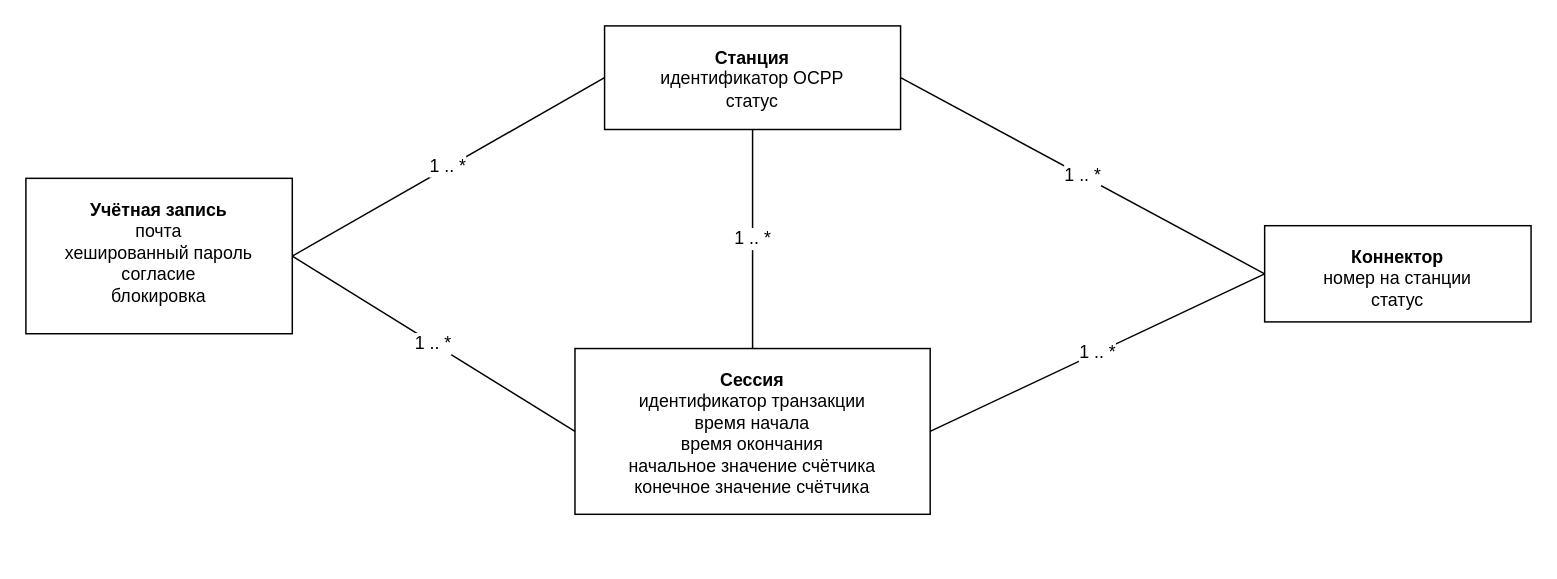
This is Диаграммы/Модель данных (2.7).drawio from PetrachkovArtem/diplom, a draw.io file, before an edit. Source tidied: cells renumbered, new cells numbered last; positions are measured from the earlier drawing's top-left corner, leaving out a move shared by most shapes. Both pictures are drawn from the tidied source at 148%, with x=0, y=0 at pixel (25, 25).
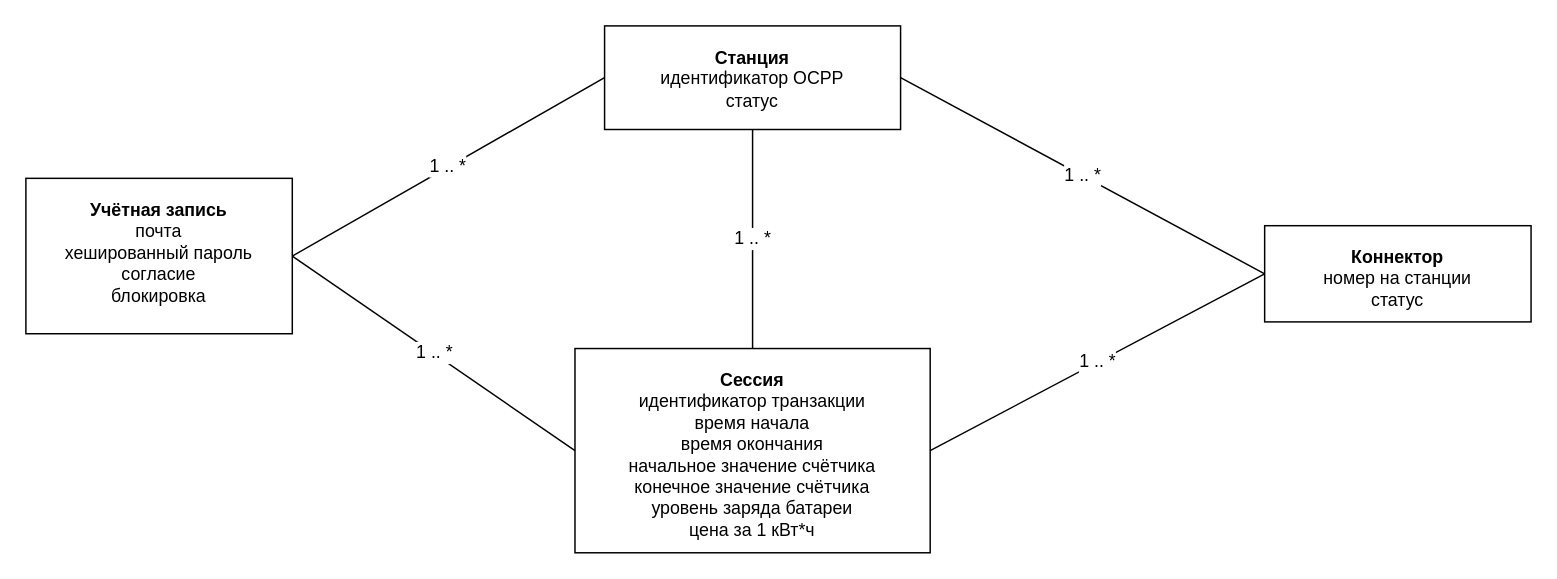
Above is the later version.

What changed in the source:
```diff
@@
 <mxGraphModel>
   <root>
     <mxCell id="0" />
     <mxCell id="1" parent="0" />
     <mxCell id="2" value="&lt;b&gt;Учётная запись&lt;/b&gt;&lt;br&gt;почта&lt;br&gt;хешированный пароль&lt;br&gt;согласие&lt;br&gt;блокировка" style="rounded=0;whiteSpace=wrap;html=1;align=center;verticalAlign=top;spacingTop=8;" parent="1" vertex="1">
       <mxGeometry y="103" width="180" height="105" as="geometry" />
     </mxCell>
     <mxCell id="3" value="&lt;b&gt;Станция&lt;/b&gt;&lt;br&gt;идентификатор OCPP&lt;br&gt;статус" style="rounded=0;whiteSpace=wrap;html=1;align=center;verticalAlign=top;spacingTop=8;" parent="1" vertex="1">
       <mxGeometry x="391" width="200" height="70" as="geometry" />
     </mxCell>
     <mxCell id="4" value="&lt;b&gt;Коннектор&lt;/b&gt;&lt;br&gt;номер на станции&lt;br&gt;статус" style="rounded=0;whiteSpace=wrap;html=1;align=center;verticalAlign=top;spacingTop=8;" parent="1" vertex="1">
       <mxGeometry x="837" y="135" width="180" height="65" as="geometry" />
     </mxCell>
-    <mxCell id="5" value="&lt;div&gt;&lt;b&gt;Сессия&lt;/b&gt;&lt;br&gt;идентификатор транзакции&lt;/div&gt;&lt;div&gt;время начала&lt;/div&gt;&lt;div&gt;время окончания&lt;/div&gt;&lt;div&gt;начальное значение счётчика&lt;/div&gt;&lt;div&gt;конечное значение счётчика&lt;/div&gt;" style="rounded=0;whiteSpace=wrap;html=1;align=center;verticalAlign=top;spacingTop=8;" parent="1" vertex="1">
-      <mxGeometry x="371" y="218" width="240" height="112" as="geometry" />
+    <mxCell id="5" value="&lt;div&gt;&lt;b&gt;Сессия&lt;/b&gt;&lt;br&gt;идентификатор транзакции&lt;/div&gt;&lt;div&gt;время начала&lt;/div&gt;&lt;div&gt;время окончания&lt;/div&gt;&lt;div&gt;начальное значение счётчика&lt;/div&gt;&lt;div&gt;конечное значение счётчика&lt;/div&gt;&lt;div&gt;уровень заряда батареи&lt;/div&gt;&lt;div&gt;цена за 1 кВт*ч&lt;/div&gt;" style="rounded=0;whiteSpace=wrap;html=1;align=center;verticalAlign=top;spacingTop=8;" parent="1" vertex="1">
+      <mxGeometry x="371" y="218" width="240" height="138" as="geometry" />
     </mxCell>
     <mxCell id="6" value="1 .. *" style="endArrow=none;html=1;fontSize=12;exitX=1;exitY=0.5;exitDx=0;exitDy=0;entryX=0;entryY=0.5;entryDx=0;entryDy=0;" parent="1" edge="1" source="2" target="3">
       <mxGeometry relative="1" as="geometry" />
     </mxCell>
     <mxCell id="7" value="1 .. *" style="endArrow=none;html=1;fontSize=12;entryX=0;entryY=0.5;entryDx=0;entryDy=0;exitX=1;exitY=0.5;exitDx=0;exitDy=0;" parent="1" edge="1" source="3" target="4">
       <mxGeometry relative="1" as="geometry" />
     </mxCell>
     <mxCell id="8" value="1 .. *" style="endArrow=none;html=1;fontSize=12;exitX=1;exitY=0.5;exitDx=0;exitDy=0;entryX=0;entryY=0.5;entryDx=0;entryDy=0;" parent="1" edge="1" source="2" target="5">
       <mxGeometry relative="1" as="geometry" />
     </mxCell>
     <mxCell id="9" value="1 .. *" style="endArrow=none;html=1;fontSize=12;" parent="1" edge="1" source="3" target="5">
       <mxGeometry relative="1" as="geometry" />
     </mxCell>
     <mxCell id="10" value="1 .. *" style="endArrow=none;html=1;fontSize=12;exitX=0;exitY=0.5;exitDx=0;exitDy=0;entryX=1;entryY=0.5;entryDx=0;entryDy=0;" parent="1" edge="1" source="4" target="5">
       <mxGeometry relative="1" as="geometry" />
     </mxCell>
   </root>
 </mxGraphModel>
```
